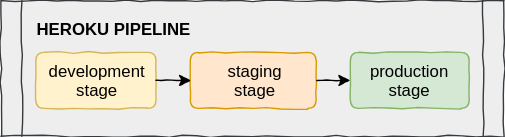
Earlier version of the draw.io export media/blogAssets/herokuPipelines/hp-illustrations-pipeline.svg (numoonchld/numoonchld.github.io). Source tidied: cells renumbered, new cells last; positions are measured from the earlier drawing's top-left corner, leaving out a move shared by most shapes. Source of this version:
```xml
<mxGraphModel>
  <root>
    <mxCell id="0" />
    <mxCell id="1" parent="0" />
    <mxCell id="2" style="shape=process;whiteSpace=wrap;html=1;backgroundOutline=1;size=0.040740740740740744;fillColor=#eeeeee;strokeColor=#36393d;comic=1;" parent="1" vertex="1">
      <mxGeometry width="360" height="97" as="geometry" />
    </mxCell>
    <mxCell id="3" value="development&lt;br&gt;stage&lt;br&gt;" style="rounded=1;whiteSpace=wrap;html=1;fillColor=#fff2cc;strokeColor=#d6b656;comic=1;" parent="1" vertex="1">
      <mxGeometry x="25" y="37" width="86" height="40" as="geometry" />
    </mxCell>
    <mxCell id="4" value="staging&lt;br&gt;stage&lt;br&gt;" style="rounded=1;whiteSpace=wrap;html=1;fillColor=#ffe6cc;strokeColor=#d79b00;comic=1;" parent="1" vertex="1">
      <mxGeometry x="135.5" y="37" width="90" height="40" as="geometry" />
    </mxCell>
    <mxCell id="5" value="production&lt;br&gt;stage&lt;br&gt;" style="rounded=1;whiteSpace=wrap;html=1;fillColor=#d5e8d4;strokeColor=#82b366;comic=1;" parent="1" vertex="1">
      <mxGeometry x="250" y="37" width="85" height="40" as="geometry" />
    </mxCell>
    <mxCell id="6" style="endArrow=classic;html=1;entryX=0;entryY=0.5;entryDx=0;entryDy=0;exitX=1;exitY=0.5;exitDx=0;exitDy=0;comic=1;" parent="1" edge="1" source="3" target="4">
      <mxGeometry relative="1" as="geometry" />
    </mxCell>
    <mxCell id="7" style="endArrow=classic;html=1;entryX=0;entryY=0.5;entryDx=0;entryDy=0;exitX=1;exitY=0.5;exitDx=0;exitDy=0;comic=1;" parent="1" edge="1" source="4" target="5">
      <mxGeometry relative="1" as="geometry" />
    </mxCell>
    <mxCell id="8" value="HEROKU PIPELINE" style="text;html=1;strokeColor=none;fillColor=none;align=center;verticalAlign=middle;whiteSpace=wrap;rounded=0;comic=1;fontStyle=1;" parent="1" vertex="1">
      <mxGeometry x="20" y="10" width="120" height="20" as="geometry" />
    </mxCell>
  </root>
</mxGraphModel>
```
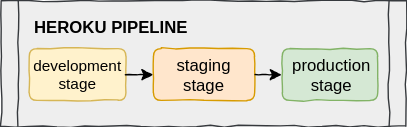
Above is the later version.

What changed in the source:
```diff
@@ -2,26 +2,29 @@
   <root>
     <mxCell id="0" />
     <mxCell id="1" parent="0" />
+    <mxCell id="9" style="group;fontSize=11;" parent="1" vertex="1">
+      <mxGeometry x="142" y="180" width="290" height="90" as="geometry" />
+    </mxCell>
-    <mxCell id="2" style="shape=process;whiteSpace=wrap;html=1;backgroundOutline=1;size=0.040740740740740744;fillColor=#eeeeee;strokeColor=#36393d;comic=1;" parent="1" vertex="1">
-      <mxGeometry width="360" height="97" as="geometry" />
+    <mxCell id="2" style="shape=process;whiteSpace=wrap;html=1;backgroundOutline=1;size=0.040740740740740744;fillColor=#eeeeee;strokeColor=#36393d;comic=1;" parent="9" vertex="1">
+      <mxGeometry width="290" height="90" as="geometry" />
     </mxCell>
-    <mxCell id="3" value="development&lt;br&gt;stage&lt;br&gt;" style="rounded=1;whiteSpace=wrap;html=1;fillColor=#fff2cc;strokeColor=#d6b656;comic=1;" parent="1" vertex="1">
-      <mxGeometry x="25" y="37" width="86" height="40" as="geometry" />
+    <mxCell id="3" value="development&lt;br style=&quot;font-size: 11px;&quot;&gt;stage&lt;br style=&quot;font-size: 11px;&quot;&gt;" style="rounded=1;whiteSpace=wrap;html=1;fillColor=#fff2cc;strokeColor=#d6b656;comic=1;fontSize=11;" parent="9" vertex="1">
+      <mxGeometry x="20.1" y="34.3" width="69.3" height="37.1" as="geometry" />
     </mxCell>
-    <mxCell id="4" value="staging&lt;br&gt;stage&lt;br&gt;" style="rounded=1;whiteSpace=wrap;html=1;fillColor=#ffe6cc;strokeColor=#d79b00;comic=1;" parent="1" vertex="1">
-      <mxGeometry x="135.5" y="37" width="90" height="40" as="geometry" />
+    <mxCell id="4" value="staging&lt;br&gt;stage&lt;br&gt;" style="rounded=1;whiteSpace=wrap;html=1;fillColor=#ffe6cc;strokeColor=#d79b00;comic=1;" parent="9" vertex="1">
+      <mxGeometry x="109.2" y="34.3" width="72.5" height="37.1" as="geometry" />
     </mxCell>
-    <mxCell id="5" value="production&lt;br&gt;stage&lt;br&gt;" style="rounded=1;whiteSpace=wrap;html=1;fillColor=#d5e8d4;strokeColor=#82b366;comic=1;" parent="1" vertex="1">
-      <mxGeometry x="250" y="37" width="85" height="40" as="geometry" />
+    <mxCell id="5" value="production&lt;br&gt;stage&lt;br&gt;" style="rounded=1;whiteSpace=wrap;html=1;fillColor=#d5e8d4;strokeColor=#82b366;comic=1;" parent="9" vertex="1">
+      <mxGeometry x="201.4" y="34.3" width="68.5" height="37.1" as="geometry" />
     </mxCell>
-    <mxCell id="6" style="endArrow=classic;html=1;entryX=0;entryY=0.5;entryDx=0;entryDy=0;exitX=1;exitY=0.5;exitDx=0;exitDy=0;comic=1;" parent="1" edge="1" source="3" target="4">
+    <mxCell id="6" style="endArrow=classic;html=1;entryX=0;entryY=0.5;entryDx=0;entryDy=0;exitX=1;exitY=0.5;exitDx=0;exitDy=0;comic=1;" parent="9" edge="1" source="3" target="4">
       <mxGeometry relative="1" as="geometry" />
     </mxCell>
-    <mxCell id="7" style="endArrow=classic;html=1;entryX=0;entryY=0.5;entryDx=0;entryDy=0;exitX=1;exitY=0.5;exitDx=0;exitDy=0;comic=1;" parent="1" edge="1" source="4" target="5">
+    <mxCell id="7" style="endArrow=classic;html=1;entryX=0;entryY=0.5;entryDx=0;entryDy=0;exitX=1;exitY=0.5;exitDx=0;exitDy=0;comic=1;" parent="9" edge="1" source="4" target="5">
       <mxGeometry relative="1" as="geometry" />
     </mxCell>
-    <mxCell id="8" value="HEROKU PIPELINE" style="text;html=1;strokeColor=none;fillColor=none;align=center;verticalAlign=middle;whiteSpace=wrap;rounded=0;comic=1;fontStyle=1;" parent="1" vertex="1">
-      <mxGeometry x="20" y="10" width="120" height="20" as="geometry" />
+    <mxCell id="8" value="HEROKU PIPELINE" style="text;html=1;strokeColor=none;fillColor=none;align=center;verticalAlign=middle;whiteSpace=wrap;rounded=0;comic=1;fontStyle=1;" parent="9" vertex="1">
+      <mxGeometry x="16" y="9" width="124" height="19" as="geometry" />
     </mxCell>
   </root>
 </mxGraphModel>
```
